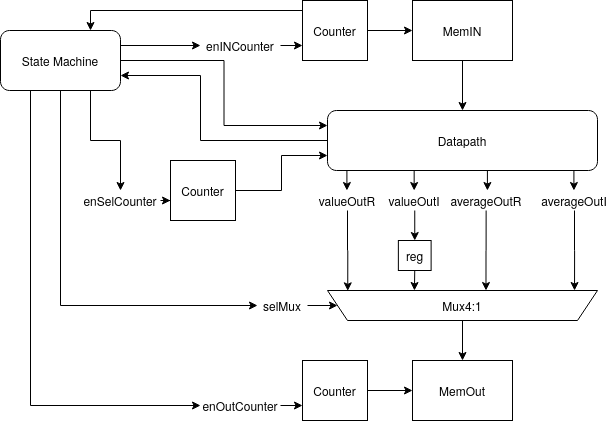
The draw.io diagram Diagramas/topCircuit.png in MiguelAReis/PSD_LAB3, before a commit. Source tidied: cells renumbered, new cells last; positions are measured from the earlier drawing's top-left corner, leaving out a move shared by most shapes.
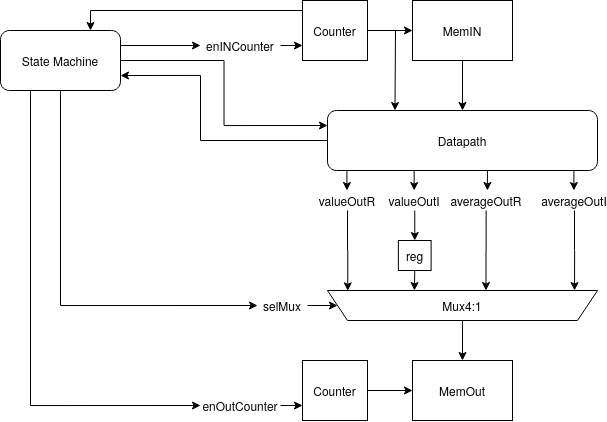
Later version of the same file.

What changed in the source:
```diff
@@ -135,23 +135,13 @@
     <mxCell id="38" style="edgeStyle=orthogonalEdgeStyle;rounded=0;jettySize=auto;html=1;exitX=0.25;exitY=1;exitDx=0;exitDy=0;entryX=0;entryY=0.5;entryDx=0;entryDy=0;" parent="1" edge="1" source="40" target="27">
       <mxGeometry relative="1" as="geometry" />
     </mxCell>
-    <mxCell id="39" style="edgeStyle=orthogonalEdgeStyle;rounded=0;jettySize=auto;html=1;exitX=0.75;exitY=1;exitDx=0;exitDy=0;entryX=0.5;entryY=0;entryDx=0;entryDy=0;" parent="1" edge="1" source="40" target="44">
-      <mxGeometry relative="1" as="geometry" />
-    </mxCell>
     <mxCell id="40" value="State Machine" style="rounded=1;whiteSpace=wrap;html=1;" parent="1" vertex="1">
       <mxGeometry y="30" width="120" height="60" as="geometry" />
     </mxCell>
-    <mxCell id="41" style="edgeStyle=orthogonalEdgeStyle;rounded=0;jettySize=auto;html=1;exitX=1;exitY=0.5;exitDx=0;exitDy=0;entryX=0;entryY=0.75;entryDx=0;entryDy=0;" parent="1" edge="1" source="42" target="3">
-      <mxGeometry relative="1" as="geometry" />
-    </mxCell>
-    <mxCell id="42" value="Counter" style="rounded=0;whiteSpace=wrap;html=1;" parent="1" vertex="1">
-      <mxGeometry x="170" y="160" width="65" height="60" as="geometry" />
-    </mxCell>
-    <mxCell id="43" style="edgeStyle=orthogonalEdgeStyle;rounded=0;jettySize=auto;html=1;exitX=1;exitY=0.5;exitDx=0;exitDy=0;entryX=0;entryY=0.668;entryDx=0;entryDy=0;entryPerimeter=0;" parent="1" edge="1" source="44" target="42">
-      <mxGeometry relative="1" as="geometry" />
-    </mxCell>
-    <mxCell id="44" value="enSelCounter" style="text;html=1;strokeColor=none;fillColor=none;align=center;verticalAlign=middle;whiteSpace=wrap;rounded=0;" parent="1" vertex="1">
-      <mxGeometry x="80" y="190" width="80" height="20" as="geometry" />
-    </mxCell>
+    <mxCell id="45" style="endArrow=classic;html=1;entryX=0.25;entryY=0;entryDx=0;entryDy=0;" parent="1" edge="1" target="3">
+      <mxGeometry relative="1" as="geometry">
+        <mxPoint x="395" y="30" as="sourcePoint" />
+      </mxGeometry>
+    </mxCell>
   </root>
 </mxGraphModel>
```
